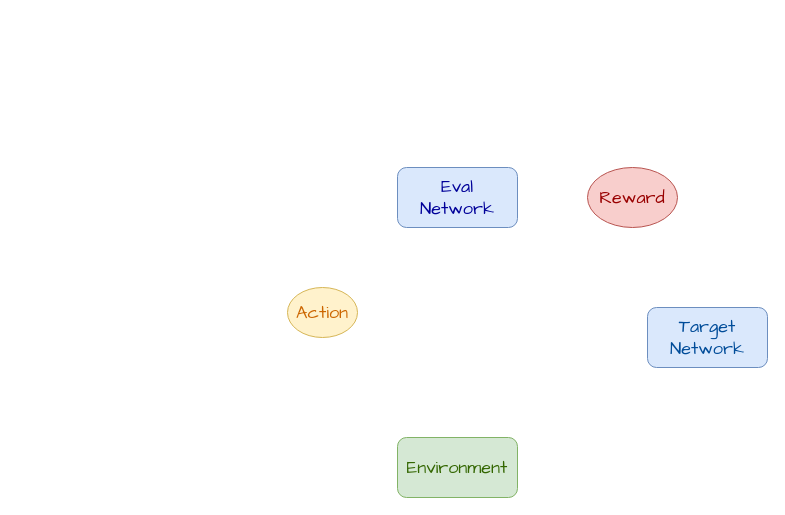
cola1998/CSDN- keeps this draw.io diagram as Untitled Diagram.drawio. Above is the earlier version. Source tidied: cells renumbered, new cells numbered last; positions are measured from the earlier drawing's top-left corner, leaving out a move shared by most shapes. Both pictures are drawn from the tidied source at 100%, with x=0, y=0 at pixel (287, 167).
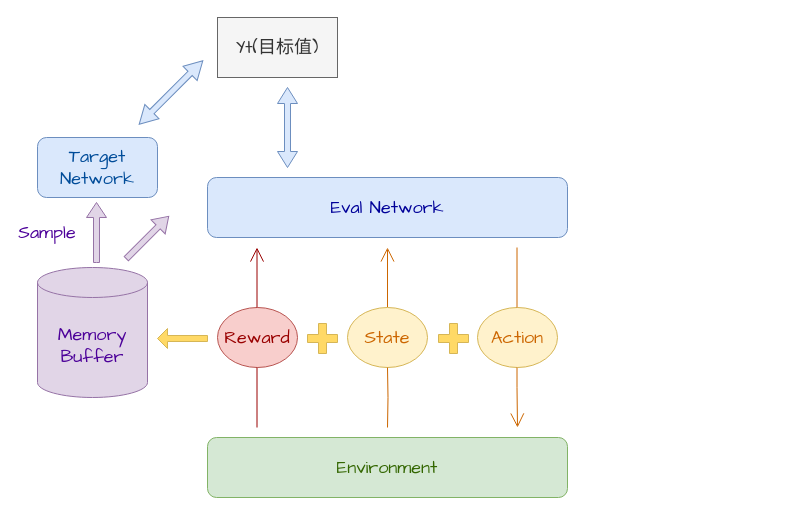
After the change.

Change to the diagram source:
```diff
@@
     <mxCell id="2" value="&lt;font color=&quot;#336600&quot; face=&quot;Comic Sans MS&quot; style=&quot;font-size: 18px&quot;&gt;Environment&lt;/font&gt;" style="rounded=1;whiteSpace=wrap;html=1;fillColor=#d5e8d4;strokeColor=#82b366;" parent="1" vertex="1">
-      <mxGeometry x="110" y="270" width="120" height="60" as="geometry" />
+      <mxGeometry x="-80" y="270" width="360" height="60" as="geometry" />
     </mxCell>
-    <mxCell id="3" value="&lt;div&gt;&lt;font color=&quot;#000099&quot; face=&quot;Comic Sans MS&quot; style=&quot;font-size: 18px&quot;&gt;Eval&lt;/font&gt;&lt;/div&gt;&lt;div&gt;&lt;font color=&quot;#000099&quot; face=&quot;Comic Sans MS&quot; style=&quot;font-size: 18px&quot;&gt;Network&lt;/font&gt;&lt;/div&gt;" style="rounded=1;whiteSpace=wrap;html=1;fillColor=#dae8fc;strokeColor=#6c8ebf;" parent="1" vertex="1">
-      <mxGeometry x="110" width="120" height="60" as="geometry" />
+    <mxCell id="3" value="&lt;div&gt;&lt;font color=&quot;#000099&quot; face=&quot;Comic Sans MS&quot; style=&quot;font-size: 18px&quot;&gt;Eval &lt;/font&gt;&lt;font color=&quot;#000099&quot; face=&quot;Comic Sans MS&quot; style=&quot;font-size: 18px&quot;&gt;Network&lt;/font&gt;&lt;/div&gt;" style="rounded=1;whiteSpace=wrap;html=1;fillColor=#dae8fc;strokeColor=#6c8ebf;" parent="1" vertex="1">
+      <mxGeometry x="-80" y="10" width="360" height="60" as="geometry" />
     </mxCell>
     <mxCell id="4" value="&lt;font color=&quot;#004c99&quot; face=&quot;Comic Sans MS&quot; style=&quot;font-size: 18px&quot;&gt;Target Network&lt;/font&gt;" style="rounded=1;whiteSpace=wrap;html=1;fillColor=#dae8fc;strokeColor=#6c8ebf;" parent="1" vertex="1">
-      <mxGeometry x="360" y="140" width="120" height="60" as="geometry" />
+      <mxGeometry x="-250" y="-30" width="120" height="60" as="geometry" />
     </mxCell>
     <mxCell id="5" value="&lt;font color=&quot;#cc6600&quot;&gt;Action&lt;/font&gt;" style="ellipse;whiteSpace=wrap;html=1;fontFamily=Comic Sans MS;fontSize=18;fillColor=#fff2cc;strokeColor=#d6b656;" parent="1" vertex="1">
-      <mxGeometry y="120" width="70" height="50" as="geometry" />
+      <mxGeometry x="190" y="140" width="80" height="60" as="geometry" />
     </mxCell>
     <mxCell id="6" value="&lt;font color=&quot;#990000&quot; face=&quot;Comic Sans MS&quot; style=&quot;font-size: 18px&quot;&gt;Reward&lt;/font&gt;" style="ellipse;whiteSpace=wrap;html=1;fillColor=#f8cecc;strokeColor=#b85450;" parent="1" vertex="1">
-      <mxGeometry x="300" width="90" height="60" as="geometry" />
+      <mxGeometry x="-70" y="140" width="80" height="60" as="geometry" />
     </mxCell>
+    <mxCell id="7" value="&lt;font color=&quot;#4c0099&quot; face=&quot;Comic Sans MS&quot; style=&quot;font-size: 18px&quot;&gt;Memory Buffer&lt;/font&gt;" style="shape=cylinder3;whiteSpace=wrap;html=1;boundedLbl=1;backgroundOutline=1;size=15;fillColor=#e1d5e7;strokeColor=#9673a6;" parent="1" vertex="1">
+      <mxGeometry x="-250" y="100" width="110" height="130" as="geometry" />
+    </mxCell>
+    <mxCell id="8" value="Yt(目标值)" style="rounded=0;whiteSpace=wrap;html=1;fontFamily=Comic Sans MS;fontSize=18;fontColor=#333333;fillColor=#f5f5f5;strokeColor=#666666;" parent="1" vertex="1">
+      <mxGeometry x="-70" y="-150" width="120" height="60" as="geometry" />
+    </mxCell>
+    <mxCell id="9" style="endArrow=open;endFill=1;endSize=12;html=1;rounded=0;fontFamily=Comic Sans MS;fontSize=18;fontColor=#4C0099;edgeStyle=orthogonalEdgeStyle;exitX=0.5;exitY=0;exitDx=0;exitDy=0;startArrow=none;strokeColor=#CC6600;" parent="1" edge="1" source="10">
+      <mxGeometry relative="1" as="geometry">
+        <mxPoint x="100" y="80" as="targetPoint" />
+      </mxGeometry>
+    </mxCell>
+    <mxCell id="10" value="&lt;font color=&quot;#cc6600&quot;&gt;State&lt;/font&gt;" style="ellipse;whiteSpace=wrap;html=1;fontFamily=Comic Sans MS;fontSize=18;fillColor=#fff2cc;strokeColor=#d6b656;" parent="1" vertex="1">
+      <mxGeometry x="60" y="140" width="80" height="60" as="geometry" />
+    </mxCell>
+    <mxCell id="11" style="endArrow=none;endFill=1;endSize=12;html=1;rounded=0;fontFamily=Comic Sans MS;fontSize=18;fontColor=#4C0099;edgeStyle=orthogonalEdgeStyle;entryX=0.5;entryY=1;entryDx=0;entryDy=0;strokeColor=#CC6600;" parent="1" edge="1" target="10">
+      <mxGeometry relative="1" as="geometry">
+        <mxPoint x="100" y="260" as="sourcePoint" />
+      </mxGeometry>
+    </mxCell>
+    <mxCell id="12" style="endArrow=open;endFill=1;endSize=12;html=1;rounded=0;fontFamily=Comic Sans MS;fontSize=18;fontColor=#4C0099;edgeStyle=orthogonalEdgeStyle;exitX=0.5;exitY=0;exitDx=0;exitDy=0;startArrow=none;strokeColor=#CC6600;" parent="1" edge="1">
+      <mxGeometry relative="1" as="geometry">
+        <mxPoint x="229.5" y="200" as="sourcePoint" />
+        <mxPoint x="230" y="260" as="targetPoint" />
+        <Array as="points">
+          <mxPoint x="230" y="220" />
+          <mxPoint x="230" y="220" />
+        </Array>
+      </mxGeometry>
+    </mxCell>
+    <mxCell id="13" style="endArrow=none;endFill=1;endSize=12;html=1;rounded=0;fontFamily=Comic Sans MS;fontSize=18;fontColor=#4C0099;edgeStyle=orthogonalEdgeStyle;entryX=0.5;entryY=1;entryDx=0;entryDy=0;strokeColor=#CC6600;" parent="1" edge="1">
+      <mxGeometry relative="1" as="geometry">
+        <mxPoint x="229.5" y="140" as="sourcePoint" />
+        <mxPoint x="229.5" y="80" as="targetPoint" />
+      </mxGeometry>
+    </mxCell>
+    <mxCell id="14" style="endArrow=open;endFill=1;endSize=12;html=1;rounded=0;fontFamily=Comic Sans MS;fontSize=18;fontColor=#4C0099;edgeStyle=orthogonalEdgeStyle;exitX=0.5;exitY=0;exitDx=0;exitDy=0;startArrow=none;strokeColor=#990000;" parent="1" edge="1">
+      <mxGeometry relative="1" as="geometry">
+        <mxPoint x="-30.5" y="140" as="sourcePoint" />
+        <mxPoint x="-30.5" y="80" as="targetPoint" />
+      </mxGeometry>
+    </mxCell>
+    <mxCell id="15" style="endArrow=none;endFill=1;endSize=12;html=1;rounded=0;fontFamily=Comic Sans MS;fontSize=18;fontColor=#4C0099;edgeStyle=orthogonalEdgeStyle;entryX=0.5;entryY=1;entryDx=0;entryDy=0;strokeColor=#990000;" parent="1" edge="1">
+      <mxGeometry relative="1" as="geometry">
+        <mxPoint x="-30.5" y="260" as="sourcePoint" />
+        <mxPoint x="-30.5" y="200" as="targetPoint" />
+      </mxGeometry>
+    </mxCell>
+    <mxCell id="16" style="shape=cross;whiteSpace=wrap;html=1;fontFamily=Comic Sans MS;fontSize=18;size=0.26666666666666666;fillColor=#FFD966;strokeColor=#d6b656;" parent="1" vertex="1">
+      <mxGeometry x="151" y="156" width="30" height="30" as="geometry" />
+    </mxCell>
+    <mxCell id="17" style="shape=cross;whiteSpace=wrap;html=1;fontFamily=Comic Sans MS;fontSize=18;size=0.26666666666666666;fillColor=#FFD966;strokeColor=#d6b656;" parent="1" vertex="1">
+      <mxGeometry x="20" y="156" width="30" height="30" as="geometry" />
+    </mxCell>
+    <mxCell id="18" style="shape=singleArrow;direction=west;whiteSpace=wrap;html=1;fontFamily=Comic Sans MS;fontSize=18;fontColor=#CC6600;fillColor=#FFD966;strokeColor=#D6B656;" parent="1" vertex="1">
+      <mxGeometry x="-130" y="161" width="50" height="20" as="geometry" />
+    </mxCell>
+    <mxCell id="19" style="html=1;shadow=0;dashed=0;align=center;verticalAlign=middle;shape=mxgraph.arrows2.arrow;dy=0.7;dx=15;direction=north;notch=0;fontFamily=Comic Sans MS;fontSize=18;strokeColor=#9673a6;fillColor=#e1d5e7;" parent="1" vertex="1">
+      <mxGeometry x="-201" y="35" width="20" height="60" as="geometry" />
+    </mxCell>
+    <mxCell id="20" value="&lt;font color=&quot;#4c0099&quot;&gt;Sample&lt;/font&gt;" style="text;html=1;strokeColor=none;fillColor=none;align=center;verticalAlign=middle;whiteSpace=wrap;rounded=0;fontFamily=Comic Sans MS;fontSize=18;fontColor=#CC6600;" parent="1" vertex="1">
+      <mxGeometry x="-270" y="50" width="60" height="30" as="geometry" />
+    </mxCell>
+    <mxCell id="21" style="html=1;shadow=0;dashed=0;align=center;verticalAlign=middle;shape=mxgraph.arrows2.arrow;dy=0.7;dx=15;direction=north;notch=0;fontFamily=Comic Sans MS;fontSize=18;strokeColor=#9673a6;fillColor=#e1d5e7;rotation=45;" parent="1" vertex="1">
+      <mxGeometry x="-150" y="40" width="20" height="60" as="geometry" />
+    </mxCell>
+    <mxCell id="22" style="shape=doubleArrow;direction=south;whiteSpace=wrap;html=1;fontFamily=Comic Sans MS;fontSize=18;strokeColor=#6c8ebf;fillColor=#dae8fc;" parent="1" vertex="1">
+      <mxGeometry x="-10" y="-80" width="20" height="80" as="geometry" />
+    </mxCell>
+    <mxCell id="23" style="shape=doubleArrow;direction=south;whiteSpace=wrap;html=1;fontFamily=Comic Sans MS;fontSize=18;strokeColor=#6c8ebf;fillColor=#dae8fc;rotation=45;" parent="1" vertex="1">
+      <mxGeometry x="-126.5" y="-120" width="20" height="90" as="geometry" />
+    </mxCell>
```
